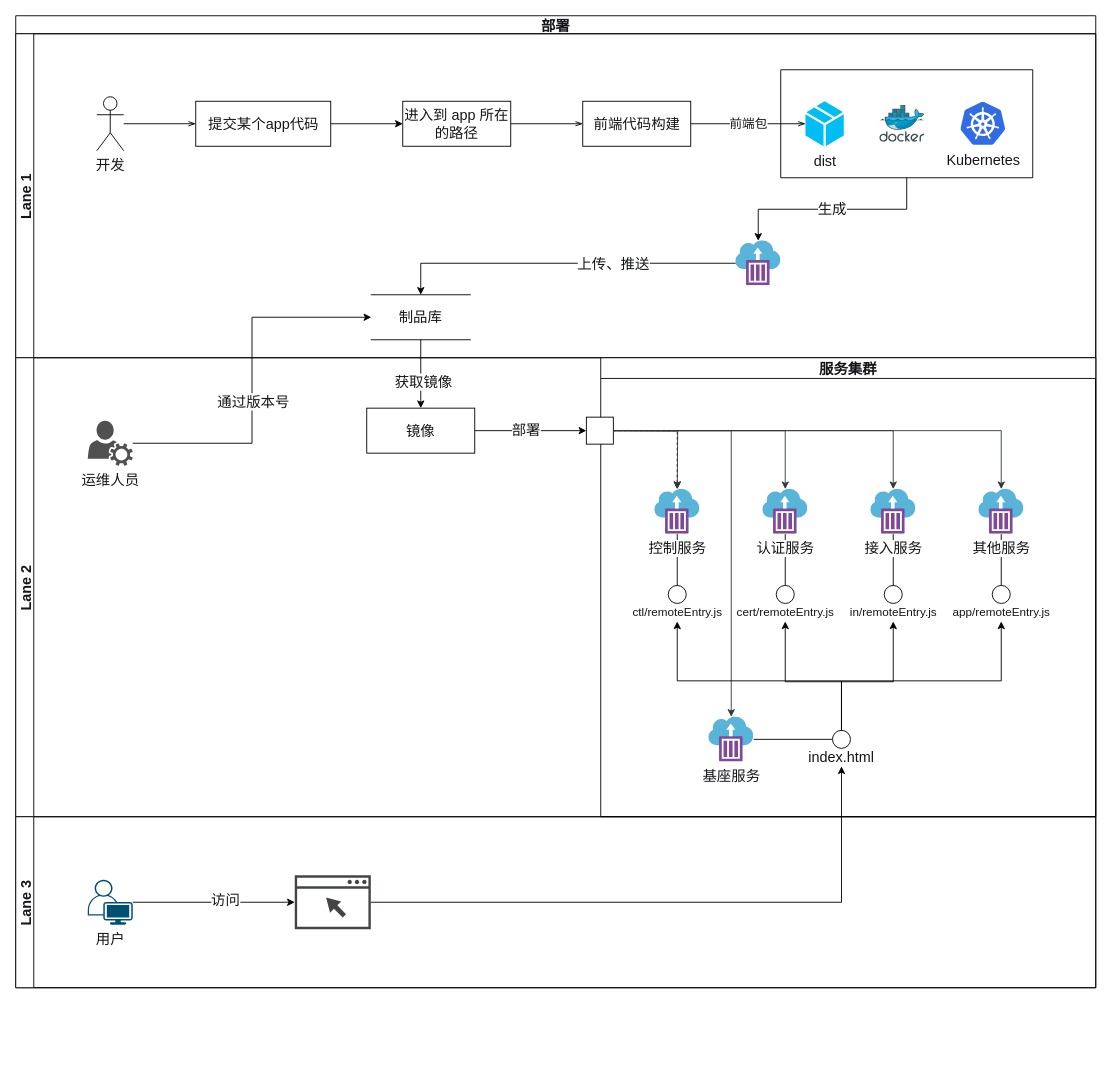
Earlier version of the draw.io diagram page "部署图" (8 of 10) of 微服务设计图.drawio (zhuoooo/doodles). Source tidied: cells renumbered, new cells numbered last; positions are measured from the earlier drawing's top-left corner, leaving out a move shared by most shapes. Both pictures are drawn from the tidied source at 90%, with x=0, y=0 at pixel (15, 15). Pictures stored in the file or linked from it are replaced by grey dashed boxes.
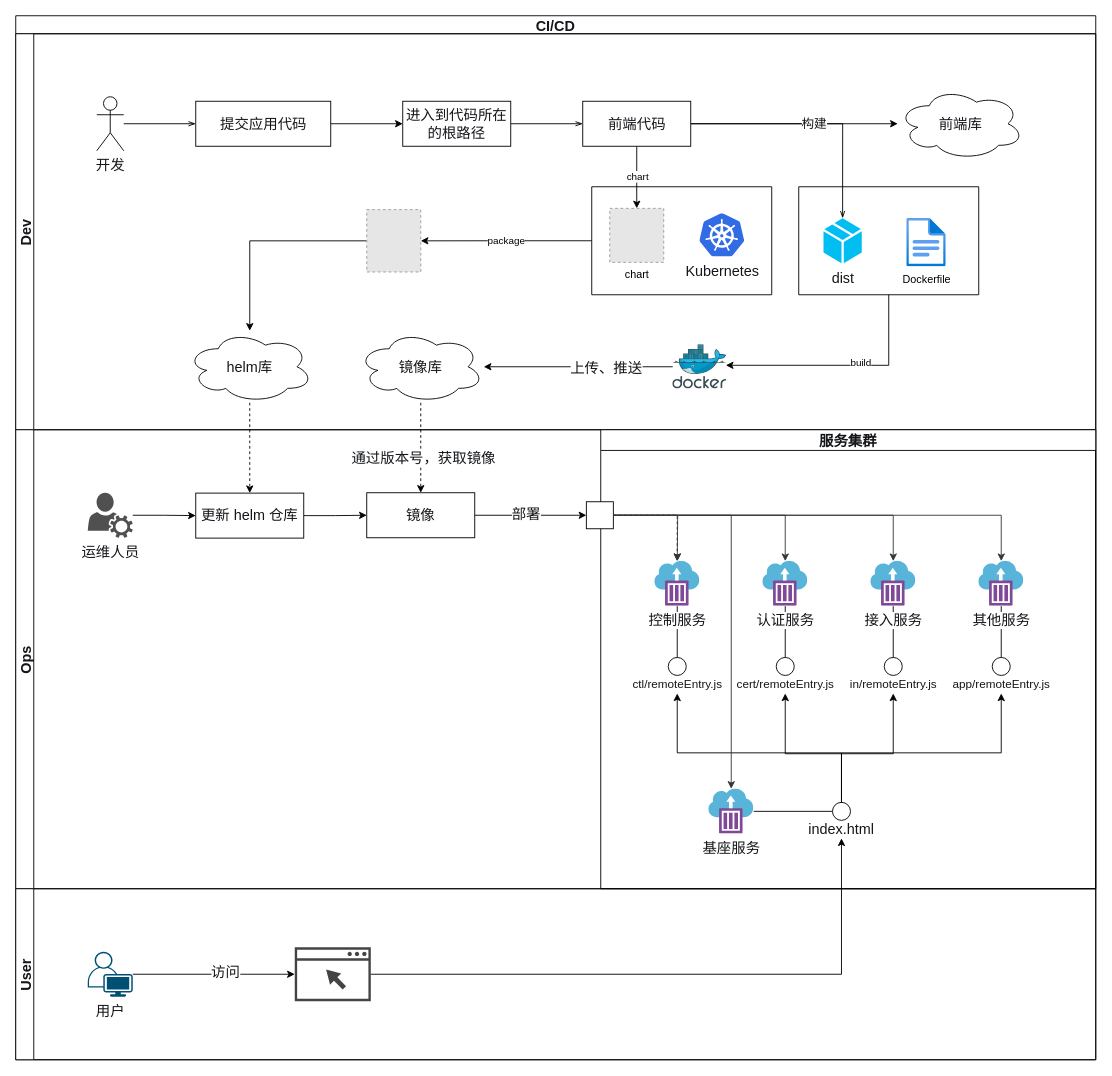
The same page after the edit.

Commit message:
update: 更新部署图

Unchanged cells that the change refers to:
```xml
<mxCell id="11" value="dist" style="verticalLabelPosition=bottom;html=1;verticalAlign=top;align=center;strokeColor=none;fillColor=#00BEF2;shape=mxgraph.azure.cloud_service_package_file;fontSize=16;fontColor=#14161a;" parent="10" vertex="1">
  <mxGeometry x="27.5" y="35" width="42.5" height="50" as="geometry" />
</mxCell>
<mxCell id="29" value="运维人员" style="sketch=0;shadow=0;dashed=0;html=1;strokeColor=none;fillColor=#505050;labelPosition=center;verticalLabelPosition=bottom;verticalAlign=top;outlineConnect=0;align=center;shape=mxgraph.office.services.user_services;fontSize=16;fontColor=#14161a;" parent="23" vertex="1">
  <mxGeometry x="80" y="70" width="50" height="50" as="geometry" />
</mxCell>
<mxCell id="33" value="服务集群" style="swimlane;fontSize=16;fontColor=#14161a;" parent="23" vertex="1">
  <mxGeometry x="650" width="550" height="510" as="geometry" />
</mxCell>
<mxCell id="35" value="控制服务" style="sketch=0;html=1;points=[];align=center;image;fontSize=16;image=img/lib/mscae/Container_Instances.svg;fontColor=#14161a;" parent="33" vertex="1">
  <mxGeometry x="60" y="146" width="50" height="50" as="geometry" />
</mxCell>
<mxCell id="37" value="认证服务" style="sketch=0;html=1;points=[];align=center;image;fontSize=16;image=img/lib/mscae/Container_Instances.svg;fontColor=#14161a;" parent="33" vertex="1">
  <mxGeometry x="180" y="146" width="50" height="50" as="geometry" />
</mxCell>
<mxCell id="39" value="接入服务" style="sketch=0;html=1;points=[];align=center;image;fontSize=16;image=img/lib/mscae/Container_Instances.svg;fontColor=#14161a;" parent="33" vertex="1">
  <mxGeometry x="300" y="146" width="50" height="50" as="geometry" />
</mxCell>
<mxCell id="41" value="其他服务" style="sketch=0;html=1;points=[];align=center;image;fontSize=16;image=img/lib/mscae/Container_Instances.svg;fontColor=#14161a;" parent="33" vertex="1">
  <mxGeometry x="420" y="146" width="50" height="50" as="geometry" />
</mxCell>
<mxCell id="52" value="基座服务" style="sketch=0;html=1;points=[];align=center;image;fontSize=16;image=img/lib/mscae/Container_Instances.svg;fontColor=#14161a;" parent="33" vertex="1">
  <mxGeometry x="120" y="399" width="50" height="50" as="geometry" />
</mxCell>
```

Change to the diagram source:
```diff
@@
-    <mxCell id="2" value="部署" style="swimlane;horizontal=1;startSize=20;fontSize=16;fontColor=#14161a;" parent="1" vertex="1">
-      <mxGeometry width="1200" height="1080" as="geometry" />
+    <mxCell id="2" value="CI/CD" style="swimlane;horizontal=1;startSize=20;fontSize=16;fontColor=#14161a;" parent="1" vertex="1">
+      <mxGeometry width="1200" height="1160" as="geometry" />
     </mxCell>
+    <mxCell id="21" style="edgeStyle=orthogonalEdgeStyle;rounded=0;jettySize=auto;html=1;fontSize=16;fontColor=#14161a;dashed=1;" parent="2" edge="1" source="14" target="32">
+      <mxGeometry relative="1" as="geometry" />
+    </mxCell>
+    <mxCell id="22" value="通过版本号，获取镜像" style="edgeLabel;html=1;align=center;verticalAlign=middle;fontSize=16;fontColor=#14161a;" parent="21" vertex="1">
+      <mxGeometry x="0.22" y="2" relative="1" as="geometry" />
+    </mxCell>
+    <mxCell id="73" style="edgeStyle=orthogonalEdgeStyle;rounded=0;sketch=0;jettySize=auto;html=1;strokeWidth=1;startSize=6;endSize=6;sourcePerimeterSpacing=0;targetPerimeterSpacing=0;dashed=1;" parent="2" edge="1" source="85" target="89">
+      <mxGeometry relative="1" as="geometry" />
+    </mxCell>
-    <mxCell id="3" value="Lane 1" style="swimlane;startSize=20;horizontal=0;fontSize=16;fontColor=#14161a;" parent="2" vertex="1">
-      <mxGeometry y="20" width="1200" height="360" as="geometry" />
+    <mxCell id="3" value="Dev" style="swimlane;startSize=20;horizontal=0;fontSize=16;fontColor=#14161a;" parent="2" vertex="1">
+      <mxGeometry y="20" width="1200" height="440" as="geometry" />
     </mxCell>
@@
-    <mxCell id="5" value="提交某个app代码" style="html=1;fontSize=16;fontColor=#14161a;" parent="3" vertex="1">
+    <mxCell id="5" value="提交应用代码" style="html=1;fontSize=16;fontColor=#14161a;" parent="3" vertex="1">
       <mxGeometry x="200" y="75" width="150" height="50" as="geometry" />
     </mxCell>
@@
+    <mxCell id="74" style="edgeStyle=orthogonalEdgeStyle;rounded=0;sketch=0;jettySize=auto;html=1;entryX=0.5;entryY=0;entryDx=0;entryDy=0;strokeWidth=1;startSize=6;endSize=6;sourcePerimeterSpacing=0;targetPerimeterSpacing=0;" parent="3" edge="1" source="7" target="82">
+      <mxGeometry relative="1" as="geometry" />
+    </mxCell>
+    <mxCell id="75" value="chart" style="edgeLabel;html=1;align=center;verticalAlign=middle;" parent="74" vertex="1">
+      <mxGeometry x="-0.05" relative="1" as="geometry" />
+    </mxCell>
+    <mxCell id="76" style="edgeStyle=orthogonalEdgeStyle;rounded=0;sketch=0;jettySize=auto;html=1;strokeWidth=1;startSize=6;endSize=6;sourcePerimeterSpacing=0;targetPerimeterSpacing=0;" parent="3" edge="1" source="7" target="86">
+      <mxGeometry relative="1" as="geometry" />
+    </mxCell>
-    <mxCell id="7" value="前端代码构建" style="html=1;fontSize=16;fontColor=#14161a;" parent="3" vertex="1">
+    <mxCell id="7" value="前端代码" style="html=1;fontSize=16;fontColor=#14161a;" parent="3" vertex="1">
       <mxGeometry x="630" y="75" width="120" height="50" as="geometry" />
     </mxCell>
@@
-    <mxCell id="9" value="前端包" style="edgeStyle=orthogonalEdgeStyle;rounded=0;jettySize=auto;html=1;endArrow=openThin;endFill=0;fontSize=14;entryX=0;entryY=0.5;entryDx=0;entryDy=0;entryPerimeter=0;fontColor=#14161a;" parent="3" edge="1" source="7" target="11">
+    <mxCell id="9" value="构建" style="edgeStyle=orthogonalEdgeStyle;rounded=0;jettySize=auto;html=1;endArrow=openThin;endFill=0;fontSize=14;entryX=0.5;entryY=0;entryDx=0;entryDy=0;entryPerimeter=0;fontColor=#14161a;" parent="3" edge="1" source="7" target="11">
       <mxGeometry relative="1" as="geometry" />
     </mxCell>
+    <mxCell id="77" style="edgeStyle=orthogonalEdgeStyle;rounded=0;sketch=0;jettySize=auto;html=1;strokeWidth=1;startSize=6;endSize=6;sourcePerimeterSpacing=0;targetPerimeterSpacing=0;entryX=0.983;entryY=0.467;entryDx=0;entryDy=0;entryPerimeter=0;" parent="3" edge="1" source="10" target="12">
+      <mxGeometry relative="1" as="geometry">
+        <Array as="points">
+          <mxPoint x="970" y="368" />
+        </Array>
+      </mxGeometry>
+    </mxCell>
+    <mxCell id="78" value="build" style="edgeLabel;html=1;align=center;verticalAlign=middle;" parent="77" vertex="1">
+      <mxGeometry x="-0.15" y="-3" relative="1" as="geometry" />
+    </mxCell>
     <mxCell id="10" style="swimlane;startSize=0;fontSize=16;fontColor=#14161a;" parent="3" vertex="1">
-      <mxGeometry x="850" y="40" width="280" height="120" as="geometry" />
+      <mxGeometry x="870" y="170" width="200" height="120" as="geometry" />
     </mxCell>
@@
-    <mxCell id="12" style="sketch=0;html=1;points=[];align=center;image;fontSize=16;image=img/lib/mscae/Docker.svg;fontColor=#14161a;" parent="10" vertex="1">
-      <mxGeometry x="110" y="39.5" width="50" height="41" as="geometry" />
-    </mxCell>
-    <mxCell id="13" value="Kubernetes" style="sketch=0;html=1;align=center;image;fontSize=16;image=img/lib/mscae/Kubernetes.svg;fontColor=#14161a;" parent="10" vertex="1">
-      <mxGeometry x="200" y="36" width="50" height="48" as="geometry" />
-    </mxCell>
+    <mxCell id="79" value="Dockerfile" style="html=1;align=center;image;fontSize=12;image=img/lib/azure2/general/File.svg;strokeWidth=1;" parent="10" vertex="1">
+      <mxGeometry x="120" y="35" width="43.8" height="54" as="geometry" />
+    </mxCell>
-    <mxCell id="14" value="制品库" style="shape=partialRectangle;whiteSpace=wrap;html=1;left=0;right=0;fillColor=#ffffff;fontFamily=Helvetica;fontSize=16;fontColor=#14161a;align=center;strokeColor=#000000;" parent="3" vertex="1">
-      <mxGeometry x="395" y="290" width="110" height="50" as="geometry" />
+    <mxCell id="14" value="镜像库" style="ellipse;shape=cloud;whiteSpace=wrap;html=1;fontFamily=Helvetica;fontSize=16;fontColor=#14161a;align=center;strokeColor=#000000;fillColor=#ffffff;" parent="3" vertex="1">
+      <mxGeometry x="380" y="330" width="140" height="80" as="geometry" />
     </mxCell>
-    <mxCell id="15" style="edgeStyle=orthogonalEdgeStyle;rounded=0;jettySize=auto;html=1;entryX=0.5;entryY=0;entryDx=0;entryDy=0;fontSize=16;startArrow=none;fontColor=#14161a;" parent="3" edge="1" source="20" target="14">
+    <mxCell id="15" style="edgeStyle=orthogonalEdgeStyle;rounded=0;jettySize=auto;html=1;fontSize=16;startArrow=none;fontColor=#14161a;" parent="3" edge="1" source="12" target="14">
       <mxGeometry relative="1" as="geometry" />
     </mxCell>
@@
-    <mxCell id="17" value="进入到 app 所在的路径" style="rounded=0;whiteSpace=wrap;html=1;fontSize=16;fontColor=#14161a;" parent="3" vertex="1">
+    <mxCell id="17" value="进入到代码所在的根路径" style="rounded=0;whiteSpace=wrap;html=1;fontSize=16;fontColor=#14161a;" parent="3" vertex="1">
       <mxGeometry x="430" y="75" width="120" height="50" as="geometry" />
     </mxCell>
@@
-    <mxCell id="19" value="生成" style="edgeStyle=orthogonalEdgeStyle;rounded=0;jettySize=auto;html=1;exitX=0.5;exitY=1;exitDx=0;exitDy=0;fontSize=16;endArrow=classic;endFill=1;fontColor=#14161a;" parent="3" edge="1" source="10" target="20">
-      <mxGeometry relative="1" as="geometry" />
-    </mxCell>
-    <mxCell id="20" style="sketch=0;html=1;points=[];align=center;image;fontSize=12;image=img/lib/mscae/Container_Instances.svg;fontColor=#14161a;" parent="3" vertex="1">
-      <mxGeometry x="800" y="230" width="50" height="50" as="geometry" />
-    </mxCell>
-    <mxCell id="21" style="edgeStyle=orthogonalEdgeStyle;rounded=0;jettySize=auto;html=1;fontSize=16;fontColor=#14161a;" parent="2" edge="1" source="14" target="32">
-      <mxGeometry relative="1" as="geometry" />
-    </mxCell>
-    <mxCell id="22" value="获取镜像" style="edgeLabel;html=1;align=center;verticalAlign=middle;fontSize=16;fontColor=#14161a;" parent="21" vertex="1">
-      <mxGeometry x="0.22" y="2" relative="1" as="geometry" />
-    </mxCell>
+    <mxCell id="12" style="sketch=0;html=1;points=[];align=center;image;fontSize=16;image=img/lib/mscae/Docker.svg;fontColor=#14161a;" parent="3" vertex="1">
+      <mxGeometry x="730" y="345.4" width="60" height="49.2" as="geometry" />
+    </mxCell>
+    <mxCell id="80" value="package" style="edgeStyle=orthogonalEdgeStyle;rounded=0;sketch=0;jettySize=auto;html=1;strokeWidth=1;startSize=6;endSize=6;sourcePerimeterSpacing=0;targetPerimeterSpacing=0;" parent="3" edge="1" source="81" target="84">
+      <mxGeometry relative="1" as="geometry" />
+    </mxCell>
+    <mxCell id="81" style="swimlane;startSize=0;strokeWidth=1;" parent="3" vertex="1">
+      <mxGeometry x="640" y="170" width="200" height="120" as="geometry" />
+    </mxCell>
+    <mxCell id="13" value="Kubernetes" style="sketch=0;html=1;align=center;image;fontSize=16;image=img/lib/mscae/Kubernetes.svg;fontColor=#14161a;" parent="81" vertex="1">
+      <mxGeometry x="120" y="30" width="50" height="48" as="geometry" />
+    </mxCell>
+    <mxCell id="82" value="chart" style="fillColor=#E6E6E6;strokeColor=#999999;dashed=1;html=1;verticalAlign=top;verticalLabelPosition=bottom;labelBackgroundColor=#ffffff;" parent="81" vertex="1">
+      <mxGeometry x="20" y="24" width="60" height="60" as="geometry" />
+    </mxCell>
+    <mxCell id="83" style="edgeStyle=orthogonalEdgeStyle;rounded=0;sketch=0;jettySize=auto;html=1;strokeWidth=1;startSize=6;endSize=6;sourcePerimeterSpacing=0;targetPerimeterSpacing=0;" parent="3" edge="1" source="84" target="85">
+      <mxGeometry relative="1" as="geometry" />
+    </mxCell>
+    <mxCell id="84" style="fillColor=#E6E6E6;strokeColor=#999999;dashed=1;verticalLabelPosition=bottom;labelBackgroundColor=default;verticalAlign=top;" parent="3" vertex="1">
+      <mxGeometry x="390" y="195.4" width="60" height="69.3" as="geometry" />
+    </mxCell>
+    <mxCell id="85" value="helm库" style="ellipse;shape=cloud;whiteSpace=wrap;html=1;fontFamily=Helvetica;fontSize=16;fontColor=#14161a;align=center;strokeColor=#000000;fillColor=#ffffff;" parent="3" vertex="1">
+      <mxGeometry x="190" y="330" width="140" height="80" as="geometry" />
+    </mxCell>
+    <mxCell id="86" value="前端库" style="ellipse;shape=cloud;whiteSpace=wrap;html=1;fontFamily=Helvetica;fontSize=16;fontColor=#14161a;align=center;strokeColor=#000000;fillColor=#ffffff;" parent="3" vertex="1">
+      <mxGeometry x="980" y="60" width="140" height="80" as="geometry" />
+    </mxCell>
-    <mxCell id="23" value="Lane 2" style="swimlane;startSize=20;horizontal=0;fontSize=16;fontColor=#14161a;" parent="2" vertex="1">
-      <mxGeometry y="380" width="1200" height="510" as="geometry" />
+    <mxCell id="23" value="Ops" style="swimlane;startSize=20;horizontal=0;fontSize=16;fontColor=#14161a;" parent="2" vertex="1">
+      <mxGeometry y="460" width="1200" height="510" as="geometry" />
     </mxCell>
-    <mxCell id="24" style="edgeStyle=orthogonalEdgeStyle;rounded=0;jettySize=auto;html=1;endArrow=classic;endFill=1;strokeColor=#313937;fontSize=16;fontColor=#14161a;" parent="23" edge="1" source="63" target="41">
-      <mxGeometry relative="1" as="geometry" />
-    </mxCell>
-    <mxCell id="25" style="rounded=0;jettySize=auto;html=1;endArrow=classic;endFill=1;dashed=1;edgeStyle=orthogonalEdgeStyle;fontSize=16;fontColor=#14161a;" parent="23" edge="1" source="63" target="35">
-      <mxGeometry relative="1" as="geometry" />
-    </mxCell>
-    <mxCell id="26" style="edgeStyle=orthogonalEdgeStyle;rounded=0;jettySize=auto;html=1;endArrow=classic;endFill=1;strokeColor=#313937;fontSize=16;fontColor=#14161a;" parent="23" edge="1" source="63" target="37">
-      <mxGeometry relative="1" as="geometry" />
-    </mxCell>
-    <mxCell id="27" style="edgeStyle=orthogonalEdgeStyle;rounded=0;jettySize=auto;html=1;endArrow=classic;endFill=1;strokeColor=#313937;fontSize=16;fontColor=#14161a;" parent="23" edge="1" source="63" target="39">
-      <mxGeometry relative="1" as="geometry" />
-    </mxCell>
-    <mxCell id="28" style="edgeStyle=orthogonalEdgeStyle;rounded=0;jettySize=auto;html=1;endArrow=classic;endFill=1;strokeColor=#313937;fontSize=16;fontColor=#14161a;" parent="23" edge="1" source="63" target="52">
-      <mxGeometry relative="1" as="geometry" />
-    </mxCell>
+    <mxCell id="87" style="edgeStyle=orthogonalEdgeStyle;rounded=0;sketch=0;jettySize=auto;html=1;strokeWidth=1;startSize=6;endSize=6;sourcePerimeterSpacing=0;targetPerimeterSpacing=0;" parent="23" edge="1" source="29" target="89">
+      <mxGeometry relative="1" as="geometry" />
+    </mxCell>
@@
     <mxCell id="32" value="镜像" style="rounded=0;whiteSpace=wrap;html=1;fontSize=16;fontColor=#14161a;" parent="23" vertex="1">
-      <mxGeometry x="390" y="56" width="120" height="50" as="geometry" />
+      <mxGeometry x="390" y="70" width="120" height="50" as="geometry" />
     </mxCell>
@@
-    <mxCell id="63" style="fontStyle=0;labelPosition=right;verticalLabelPosition=middle;align=left;verticalAlign=middle;spacingLeft=2;fontSize=16;fontColor=#14161a;" parent="23" vertex="1">
-      <mxGeometry x="634" y="66" width="30" height="30" as="geometry" />
+    <mxCell id="63" style="fontStyle=0;labelPosition=right;verticalLabelPosition=middle;align=left;verticalAlign=middle;spacingLeft=2;fontSize=16;fontColor=#14161a;" parent="33" vertex="1">
+      <mxGeometry x="-16" y="80" width="30" height="30" as="geometry" />
     </mxCell>
+    <mxCell id="24" style="edgeStyle=orthogonalEdgeStyle;rounded=0;jettySize=auto;html=1;endArrow=classic;endFill=1;strokeColor=#313937;fontSize=16;fontColor=#14161a;" parent="33" edge="1" source="63" target="41">
+      <mxGeometry relative="1" as="geometry" />
+    </mxCell>
+    <mxCell id="25" style="rounded=0;jettySize=auto;html=1;endArrow=classic;endFill=1;dashed=1;edgeStyle=orthogonalEdgeStyle;fontSize=16;fontColor=#14161a;" parent="33" edge="1" source="63" target="35">
+      <mxGeometry relative="1" as="geometry" />
+    </mxCell>
+    <mxCell id="26" style="edgeStyle=orthogonalEdgeStyle;rounded=0;jettySize=auto;html=1;endArrow=classic;endFill=1;strokeColor=#313937;fontSize=16;fontColor=#14161a;" parent="33" edge="1" source="63" target="37">
+      <mxGeometry relative="1" as="geometry" />
+    </mxCell>
+    <mxCell id="27" style="edgeStyle=orthogonalEdgeStyle;rounded=0;jettySize=auto;html=1;endArrow=classic;endFill=1;strokeColor=#313937;fontSize=16;fontColor=#14161a;" parent="33" edge="1" source="63" target="39">
+      <mxGeometry relative="1" as="geometry" />
+    </mxCell>
+    <mxCell id="28" style="edgeStyle=orthogonalEdgeStyle;rounded=0;jettySize=auto;html=1;endArrow=classic;endFill=1;strokeColor=#313937;fontSize=16;fontColor=#14161a;" parent="33" edge="1" source="63" target="52">
+      <mxGeometry relative="1" as="geometry" />
+    </mxCell>
-    <mxCell id="64" style="rounded=0;orthogonalLoop=1;jettySize=auto;html=1;endArrow=classic;endFill=1;edgeStyle=orthogonalEdgeStyle;strokeColor=#313937;fontSize=16;fontColor=#14161a;" parent="23" edge="1">
+    <mxCell id="64" style="rounded=0;jettySize=auto;html=1;endArrow=classic;endFill=1;edgeStyle=orthogonalEdgeStyle;strokeColor=#313937;fontSize=16;fontColor=#14161a;exitX=1;exitY=0.5;exitDx=0;exitDy=0;" parent="23" edge="1" source="63">
       <mxGeometry relative="1" as="geometry">
-        <mxPoint x="664" y="81" as="sourcePoint" />
         <mxPoint x="735" y="146" as="targetPoint" />
       </mxGeometry>
     </mxCell>
+    <mxCell id="88" style="edgeStyle=orthogonalEdgeStyle;rounded=0;sketch=0;jettySize=auto;html=1;strokeWidth=1;startSize=6;endSize=6;sourcePerimeterSpacing=0;targetPerimeterSpacing=0;" parent="23" edge="1" source="89" target="32">
+      <mxGeometry relative="1" as="geometry" />
+    </mxCell>
+    <mxCell id="89" value="更新 helm 仓库" style="rounded=0;whiteSpace=wrap;html=1;fontSize=16;fontColor=#14161a;" parent="23" vertex="1">
+      <mxGeometry x="200" y="70.4" width="120" height="50" as="geometry" />
+    </mxCell>
-    <mxCell id="65" value="Lane 3" style="swimlane;startSize=20;horizontal=0;fontSize=16;fontColor=#14161a;" parent="2" vertex="1">
-      <mxGeometry y="890" width="1200" height="190" as="geometry" />
+    <mxCell id="65" value="User" style="swimlane;startSize=20;horizontal=0;fontSize=16;fontColor=#14161a;" parent="2" vertex="1">
+      <mxGeometry y="970" width="1200" height="190" as="geometry" />
     </mxCell>
@@
-    <mxCell id="70" style="edgeStyle=orthogonalEdgeStyle;rounded=0;jettySize=auto;html=1;entryX=0;entryY=0.5;entryDx=0;entryDy=0;fontSize=16;fontColor=#14161a;" parent="2" edge="1" source="29" target="14">
-      <mxGeometry relative="1" as="geometry" />
-    </mxCell>
-    <mxCell id="71" value="通过版本号" style="edgeLabel;html=1;align=center;verticalAlign=middle;fontSize=16;fontColor=#14161a;" parent="70" vertex="1">
-      <mxGeometry x="-0.2" y="-1" relative="1" as="geometry">
-        <mxPoint y="-17" as="offset" />
-      </mxGeometry>
-    </mxCell>
```
